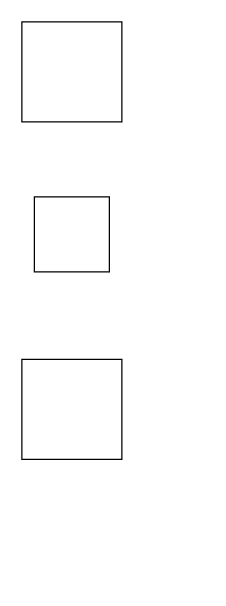
This is Untitled Diagram.drawio from xiaogangdengdai/firstDemo, a draw.io file, before an edit. Source tidied: cells renumbered, new cells numbered last; positions are measured from the earlier drawing's top-left corner, leaving out a move shared by most shapes. Both pictures are drawn from the tidied source at 125%, with x=0, y=0 at pixel (21, 21).
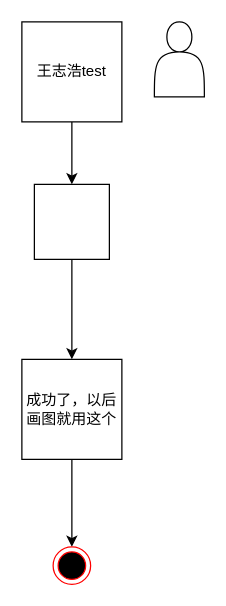
Above is the later version.

What changed in the source:
```diff
@@
 <mxGraphModel>
   <root>
     <mxCell id="0" />
     <mxCell id="1" parent="0" />
-    <mxCell id="2" style="whiteSpace=wrap;html=1;" parent="1" vertex="1">
+    <mxCell id="2" value="王志浩test" style="whiteSpace=wrap;html=1;" parent="1" vertex="1">
       <mxGeometry width="80" height="80" as="geometry" />
     </mxCell>
+    <mxCell id="5" style="edgeStyle=orthogonalEdgeStyle;rounded=0;jettySize=auto;html=1;exitX=0.5;exitY=1;exitDx=0;exitDy=0;" parent="1" edge="1" source="3" target="4">
+      <mxGeometry relative="1" as="geometry" />
+    </mxCell>
     <mxCell id="3" style="whiteSpace=wrap;html=1;" parent="1" vertex="1">
-      <mxGeometry x="10" y="140" width="60" height="60" as="geometry" />
+      <mxGeometry x="10" y="130" width="60" height="60" as="geometry" />
     </mxCell>
+    <mxCell id="6" style="edgeStyle=orthogonalEdgeStyle;rounded=0;jettySize=auto;html=1;exitX=0.5;exitY=1;exitDx=0;exitDy=0;" parent="1" edge="1" source="4" target="9">
+      <mxGeometry relative="1" as="geometry" />
+    </mxCell>
-    <mxCell id="4" style="whiteSpace=wrap;html=1;" parent="1" vertex="1">
+    <mxCell id="4" value="成功了，以后画图就用这个" style="whiteSpace=wrap;html=1;" parent="1" vertex="1">
       <mxGeometry y="270" width="80" height="80" as="geometry" />
     </mxCell>
+    <mxCell id="7" style="endArrow=classic;html=1;" parent="1" edge="1" source="2" target="3">
+      <mxGeometry relative="1" as="geometry" />
+    </mxCell>
+    <mxCell id="8" style="shape=actor;whiteSpace=wrap;html=1;" parent="1" vertex="1">
+      <mxGeometry x="106" width="40" height="60" as="geometry" />
+    </mxCell>
+    <mxCell id="9" style="ellipse;html=1;shape=endState;fillColor=#000000;strokeColor=#ff0000;" parent="1" vertex="1">
+      <mxGeometry x="25" y="420" width="30" height="30" as="geometry" />
+    </mxCell>
   </root>
 </mxGraphModel>
```
